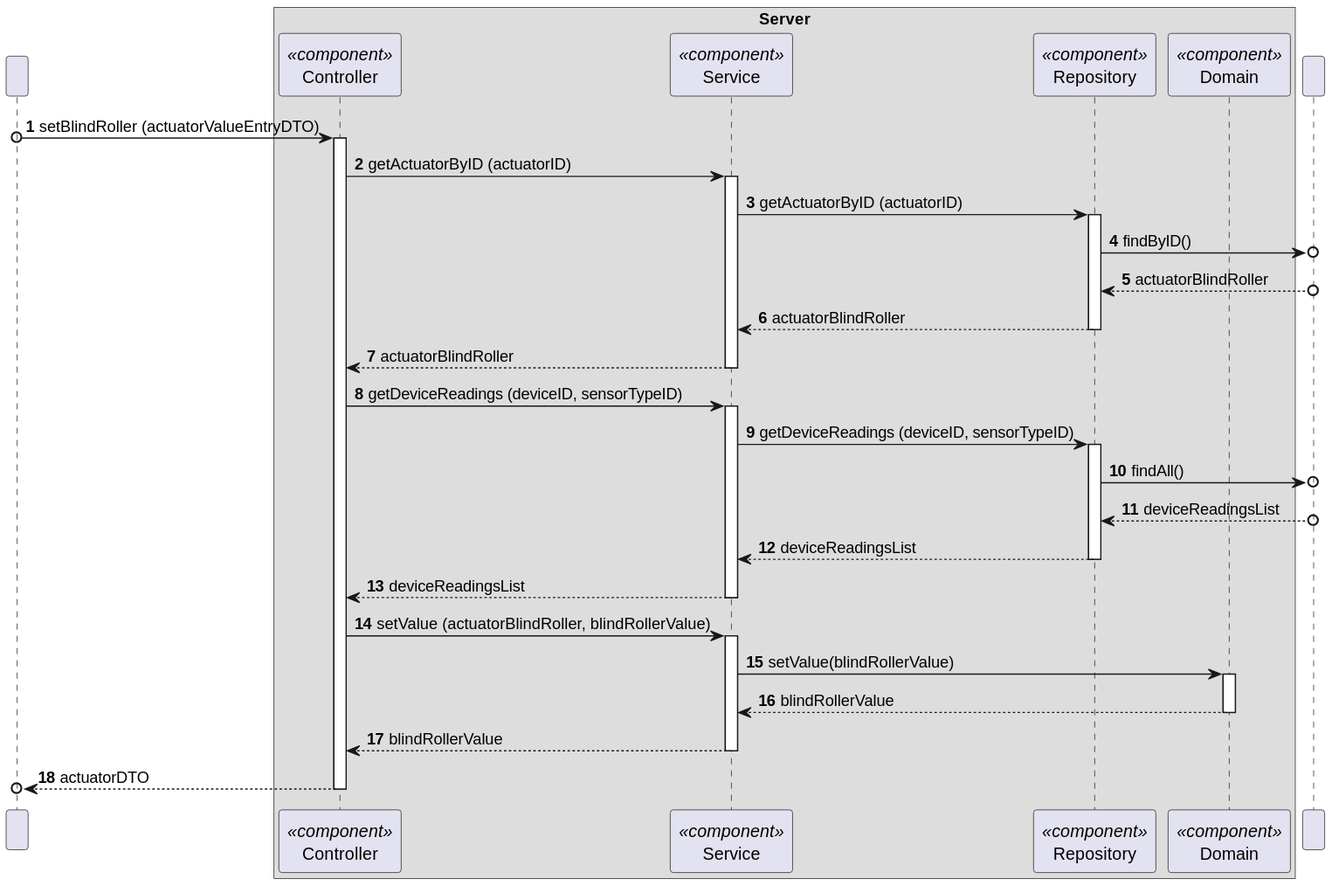
This is docs/C4_4plus1_models/Level4/ProcessView/ProcessViewLevel4_UC16_v1.svg from moutajDev/smarthome, a PlantUML export, as it was before one commit.
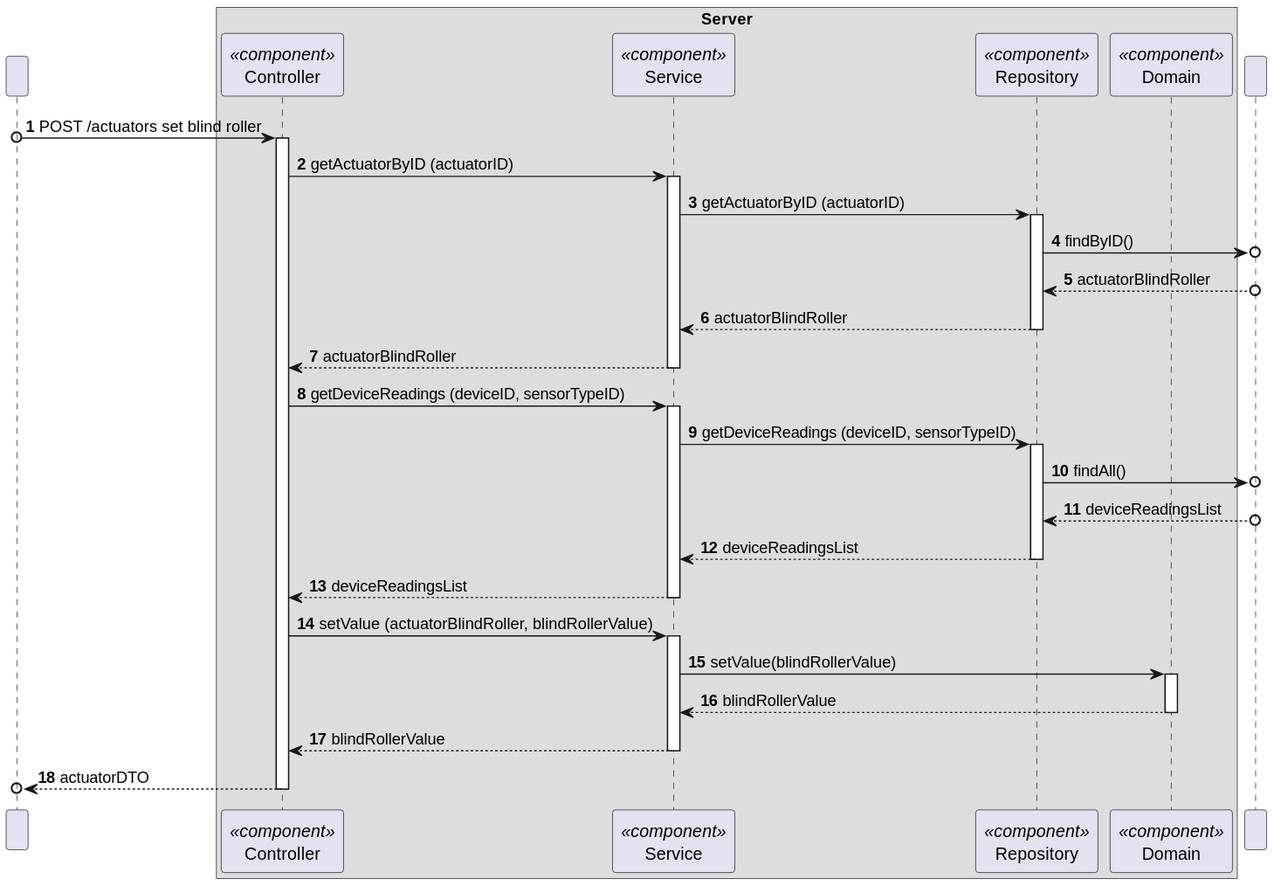
After the change.

What changed in the source:
```diff
@@ -15,7 +15,7 @@
     participant DataBase as " "
 
 
-HTTP o-> Controller: setBlindRoller (actuatorValueEntryDTO)
+HTTP o-> Controller: POST /actuators set blind roller
 activate Controller
 
 Controller -> Service: getActuatorByID (actuatorID)
```
